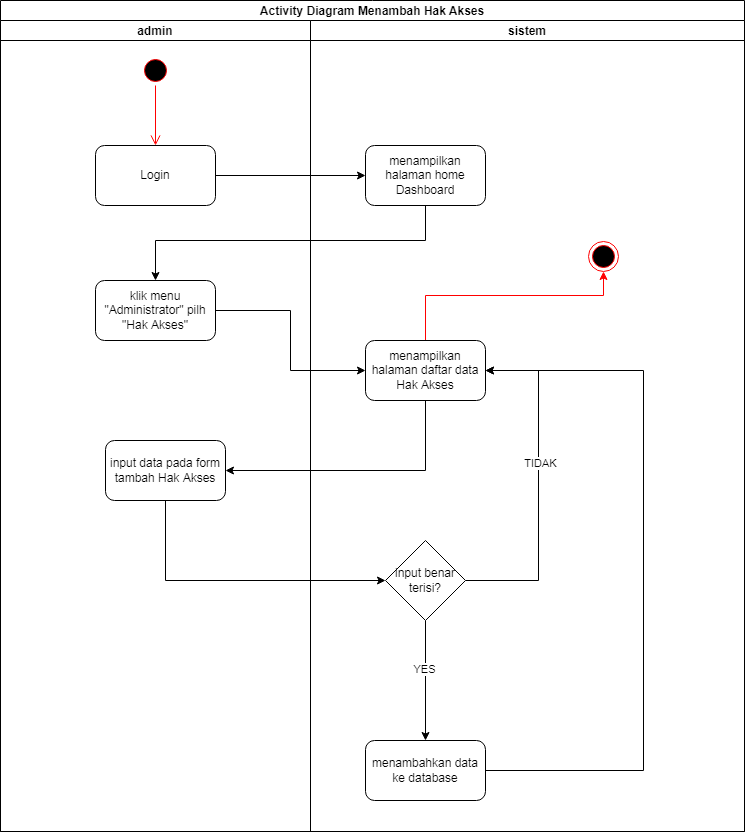
Earlier version of the draw.io export SKRIPSI/UML/2. ACTIVITY/ROLE ACCSESS/ADD.png (Rusadi-0/KULIAH). Source tidied: cells renumbered, new cells last; positions are measured from the earlier drawing's top-left corner, leaving out a move shared by most shapes. Its diagram source:
```xml
<mxGraphModel>
  <root>
    <mxCell id="0" />
    <mxCell id="1" parent="0" />
    <mxCell id="2" value="Activity Diagram Menambah Hak Akses" style="swimlane;startSize=20;" parent="1" vertex="1">
      <mxGeometry width="744" height="831" as="geometry" />
    </mxCell>
    <mxCell id="3" value="admin" style="swimlane;startSize=20;" parent="2" vertex="1">
      <mxGeometry y="20" width="310" height="811" as="geometry" />
    </mxCell>
    <mxCell id="4" style="ellipse;html=1;shape=startState;fillColor=#000000;strokeColor=#ff0000;" parent="3" vertex="1">
      <mxGeometry x="140" y="35" width="30" height="30" as="geometry" />
    </mxCell>
    <mxCell id="5" style="edgeStyle=orthogonalEdgeStyle;html=1;verticalAlign=bottom;endArrow=open;endSize=8;strokeColor=#ff0000;rounded=0;entryX=0.5;entryY=0;entryDx=0;entryDy=0;exitX=0.5;exitY=1;exitDx=0;exitDy=0;" parent="3" edge="1" source="4" target="6">
      <mxGeometry relative="1" as="geometry" />
    </mxCell>
    <mxCell id="6" value="Login" style="rounded=1;whiteSpace=wrap;html=1;" parent="3" vertex="1">
      <mxGeometry x="95" y="125" width="120" height="60" as="geometry" />
    </mxCell>
    <mxCell id="7" value="klik menu &quot;Administrator&quot; pilh &quot;Hak Akses&quot;" style="rounded=1;whiteSpace=wrap;html=1;" parent="3" vertex="1">
      <mxGeometry x="95" y="260" width="120" height="60" as="geometry" />
    </mxCell>
    <mxCell id="8" value="input data pada form tambah Hak Akses" style="rounded=1;whiteSpace=wrap;html=1;" parent="3" vertex="1">
      <mxGeometry x="105" y="420" width="120" height="60" as="geometry" />
    </mxCell>
    <mxCell id="9" value="sistem" style="swimlane;startSize=20;" parent="2" vertex="1">
      <mxGeometry x="310" y="20" width="434" height="811" as="geometry" />
    </mxCell>
    <mxCell id="10" value="menampilkan halaman home Dashboard" style="rounded=1;whiteSpace=wrap;html=1;" parent="9" vertex="1">
      <mxGeometry x="55" y="125" width="120" height="60" as="geometry" />
    </mxCell>
    <mxCell id="11" style="edgeStyle=orthogonalEdgeStyle;rounded=0;jettySize=auto;html=1;strokeColor=#FF0000;" parent="9" edge="1" source="12" target="20">
      <mxGeometry relative="1" as="geometry">
        <Array as="points">
          <mxPoint x="115" y="275" />
          <mxPoint x="293" y="275" />
        </Array>
      </mxGeometry>
    </mxCell>
    <mxCell id="12" value="menampilkan halaman daftar data Hak Akses" style="rounded=1;whiteSpace=wrap;html=1;" parent="9" vertex="1">
      <mxGeometry x="55" y="320" width="120" height="60" as="geometry" />
    </mxCell>
    <mxCell id="13" style="edgeStyle=orthogonalEdgeStyle;rounded=0;jettySize=auto;html=1;entryX=1;entryY=0.5;entryDx=0;entryDy=0;" parent="9" edge="1" source="17" target="12">
      <mxGeometry relative="1" as="geometry">
        <Array as="points">
          <mxPoint x="228" y="560" />
          <mxPoint x="228" y="350" />
        </Array>
      </mxGeometry>
    </mxCell>
    <mxCell id="14" value="TIDAK" style="edgeLabel;html=1;align=center;verticalAlign=middle;" parent="13" vertex="1">
      <mxGeometry x="0.14" y="-1" relative="1" as="geometry" />
    </mxCell>
    <mxCell id="15" style="edgeStyle=orthogonalEdgeStyle;rounded=0;jettySize=auto;html=1;entryX=0.5;entryY=0;entryDx=0;entryDy=0;" parent="9" edge="1" source="17" target="19">
      <mxGeometry relative="1" as="geometry" />
    </mxCell>
    <mxCell id="16" value="YES" style="edgeLabel;html=1;align=center;verticalAlign=middle;" parent="15" vertex="1">
      <mxGeometry x="-0.2" y="-2" relative="1" as="geometry" />
    </mxCell>
    <mxCell id="17" value="input benar terisi?" style="rhombus;whiteSpace=wrap;html=1;" parent="9" vertex="1">
      <mxGeometry x="75" y="520" width="80" height="80" as="geometry" />
    </mxCell>
    <mxCell id="18" style="edgeStyle=orthogonalEdgeStyle;rounded=0;jettySize=auto;html=1;entryX=1;entryY=0.5;entryDx=0;entryDy=0;" parent="9" edge="1" source="19" target="12">
      <mxGeometry relative="1" as="geometry">
        <Array as="points">
          <mxPoint x="333" y="750" />
          <mxPoint x="333" y="350" />
        </Array>
      </mxGeometry>
    </mxCell>
    <mxCell id="19" value="menambahkan data ke database" style="rounded=1;whiteSpace=wrap;html=1;" parent="9" vertex="1">
      <mxGeometry x="55" y="720" width="120" height="60" as="geometry" />
    </mxCell>
    <mxCell id="20" style="ellipse;html=1;shape=endState;fillColor=#000000;strokeColor=#ff0000;" parent="9" vertex="1">
      <mxGeometry x="278" y="221" width="30" height="30" as="geometry" />
    </mxCell>
    <mxCell id="21" style="edgeStyle=orthogonalEdgeStyle;rounded=0;jettySize=auto;html=1;entryX=0;entryY=0.5;entryDx=0;entryDy=0;" parent="2" edge="1" source="6" target="10">
      <mxGeometry relative="1" as="geometry" />
    </mxCell>
    <mxCell id="22" style="edgeStyle=orthogonalEdgeStyle;rounded=0;jettySize=auto;html=1;entryX=0.5;entryY=0;entryDx=0;entryDy=0;" parent="2" edge="1" source="10" target="7">
      <mxGeometry relative="1" as="geometry">
        <Array as="points">
          <mxPoint x="425" y="240" />
          <mxPoint x="155" y="240" />
        </Array>
      </mxGeometry>
    </mxCell>
    <mxCell id="23" style="edgeStyle=orthogonalEdgeStyle;rounded=0;jettySize=auto;html=1;entryX=0;entryY=0.5;entryDx=0;entryDy=0;" parent="2" edge="1" source="7" target="12">
      <mxGeometry relative="1" as="geometry" />
    </mxCell>
    <mxCell id="24" style="edgeStyle=orthogonalEdgeStyle;rounded=0;jettySize=auto;html=1;entryX=1;entryY=0.5;entryDx=0;entryDy=0;" parent="2" edge="1" source="12" target="8">
      <mxGeometry relative="1" as="geometry">
        <Array as="points">
          <mxPoint x="425" y="470" />
        </Array>
      </mxGeometry>
    </mxCell>
    <mxCell id="25" style="edgeStyle=orthogonalEdgeStyle;rounded=0;jettySize=auto;html=1;entryX=0;entryY=0.5;entryDx=0;entryDy=0;" parent="2" edge="1" source="8" target="17">
      <mxGeometry relative="1" as="geometry">
        <Array as="points">
          <mxPoint x="165" y="580" />
        </Array>
      </mxGeometry>
    </mxCell>
  </root>
</mxGraphModel>
```
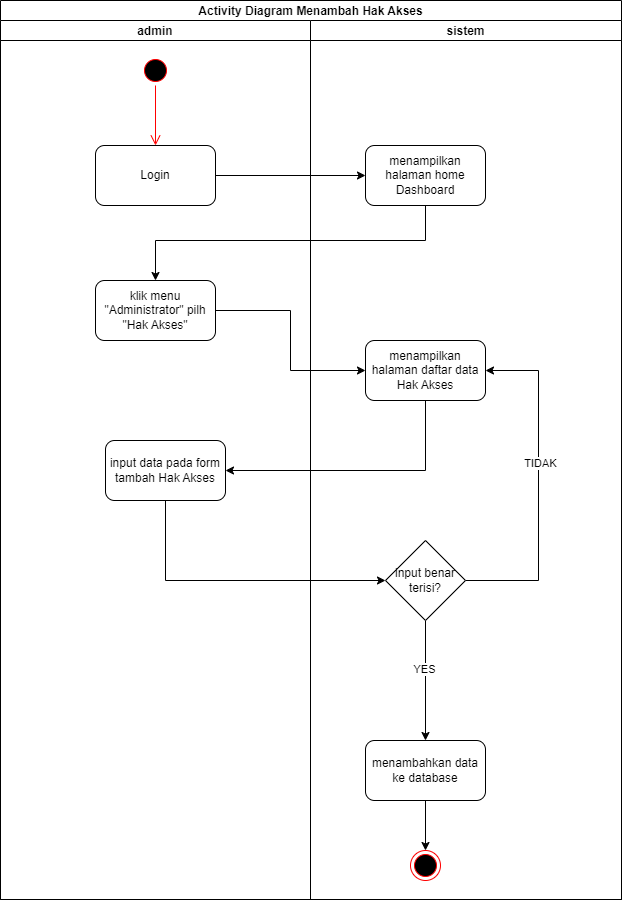
Later version of the same file.

Change to the diagram source:
```diff
@@ -3,10 +3,10 @@
     <mxCell id="0" />
     <mxCell id="1" parent="0" />
     <mxCell id="2" value="Activity Diagram Menambah Hak Akses" style="swimlane;startSize=20;" parent="1" vertex="1">
-      <mxGeometry width="744" height="831" as="geometry" />
+      <mxGeometry width="621" height="899" as="geometry" />
     </mxCell>
     <mxCell id="3" value="admin" style="swimlane;startSize=20;" parent="2" vertex="1">
-      <mxGeometry y="20" width="310" height="811" as="geometry" />
+      <mxGeometry y="20" width="310" height="879" as="geometry" />
     </mxCell>
     <mxCell id="4" style="ellipse;html=1;shape=startState;fillColor=#000000;strokeColor=#ff0000;" parent="3" vertex="1">
       <mxGeometry x="140" y="35" width="30" height="30" as="geometry" />
@@ -24,19 +24,11 @@
       <mxGeometry x="105" y="420" width="120" height="60" as="geometry" />
     </mxCell>
     <mxCell id="9" value="sistem" style="swimlane;startSize=20;" parent="2" vertex="1">
-      <mxGeometry x="310" y="20" width="434" height="811" as="geometry" />
+      <mxGeometry x="310" y="20" width="311" height="879" as="geometry" />
     </mxCell>
     <mxCell id="10" value="menampilkan halaman home Dashboard" style="rounded=1;whiteSpace=wrap;html=1;" parent="9" vertex="1">
       <mxGeometry x="55" y="125" width="120" height="60" as="geometry" />
     </mxCell>
-    <mxCell id="11" style="edgeStyle=orthogonalEdgeStyle;rounded=0;jettySize=auto;html=1;strokeColor=#FF0000;" parent="9" edge="1" source="12" target="20">
-      <mxGeometry relative="1" as="geometry">
-        <Array as="points">
-          <mxPoint x="115" y="275" />
-          <mxPoint x="293" y="275" />
-        </Array>
-      </mxGeometry>
-    </mxCell>
     <mxCell id="12" value="menampilkan halaman daftar data Hak Akses" style="rounded=1;whiteSpace=wrap;html=1;" parent="9" vertex="1">
       <mxGeometry x="55" y="320" width="120" height="60" as="geometry" />
     </mxCell>
@@ -60,20 +52,9 @@
     <mxCell id="17" value="input benar terisi?" style="rhombus;whiteSpace=wrap;html=1;" parent="9" vertex="1">
       <mxGeometry x="75" y="520" width="80" height="80" as="geometry" />
     </mxCell>
-    <mxCell id="18" style="edgeStyle=orthogonalEdgeStyle;rounded=0;jettySize=auto;html=1;entryX=1;entryY=0.5;entryDx=0;entryDy=0;" parent="9" edge="1" source="19" target="12">
-      <mxGeometry relative="1" as="geometry">
-        <Array as="points">
-          <mxPoint x="333" y="750" />
-          <mxPoint x="333" y="350" />
-        </Array>
-      </mxGeometry>
-    </mxCell>
     <mxCell id="19" value="menambahkan data ke database" style="rounded=1;whiteSpace=wrap;html=1;" parent="9" vertex="1">
       <mxGeometry x="55" y="720" width="120" height="60" as="geometry" />
     </mxCell>
-    <mxCell id="20" style="ellipse;html=1;shape=endState;fillColor=#000000;strokeColor=#ff0000;" parent="9" vertex="1">
-      <mxGeometry x="278" y="221" width="30" height="30" as="geometry" />
-    </mxCell>
     <mxCell id="21" style="edgeStyle=orthogonalEdgeStyle;rounded=0;jettySize=auto;html=1;entryX=0;entryY=0.5;entryDx=0;entryDy=0;" parent="2" edge="1" source="6" target="10">
       <mxGeometry relative="1" as="geometry" />
     </mxCell>
@@ -102,5 +83,11 @@
         </Array>
       </mxGeometry>
     </mxCell>
+    <mxCell id="20" style="ellipse;html=1;shape=endState;fillColor=#000000;strokeColor=#ff0000;" parent="1" vertex="1">
+      <mxGeometry x="410" y="850" width="30" height="30" as="geometry" />
+    </mxCell>
+    <mxCell id="26" style="edgeStyle=orthogonalEdgeStyle;rounded=0;jettySize=auto;html=1;" parent="1" edge="1" source="19" target="20">
+      <mxGeometry relative="1" as="geometry" />
+    </mxCell>
   </root>
 </mxGraphModel>
```
